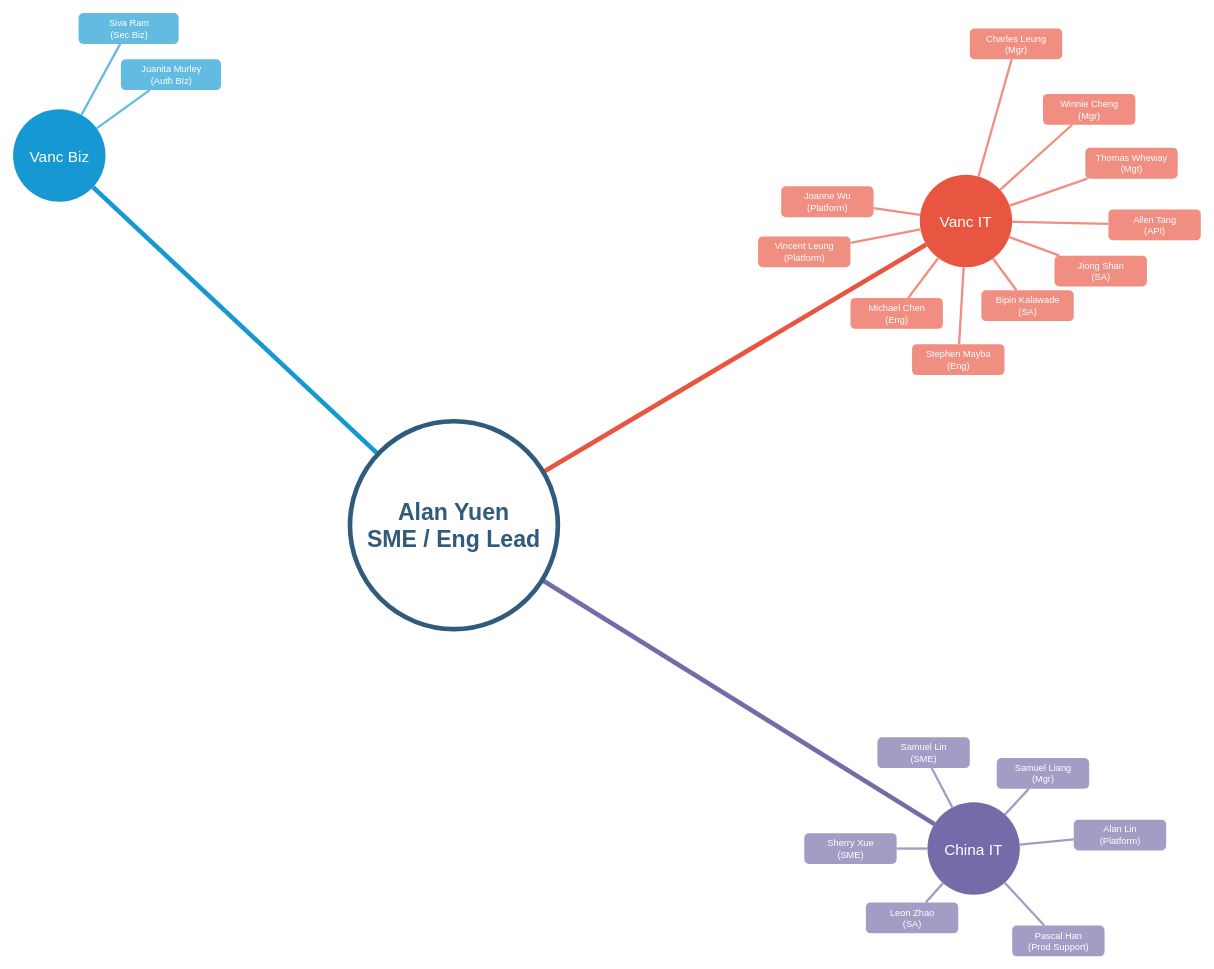
Before: Untitled Diagram.drawio in alanyuen-dev/moonbank, a draw.io diagram. Source tidied: cells renumbered, new cells numbered last; positions are measured from the earlier drawing's top-left corner, leaving out a move shared by most shapes. Both pictures are drawn from the tidied source at 77%, with x=0, y=0 at pixel (13, 12).
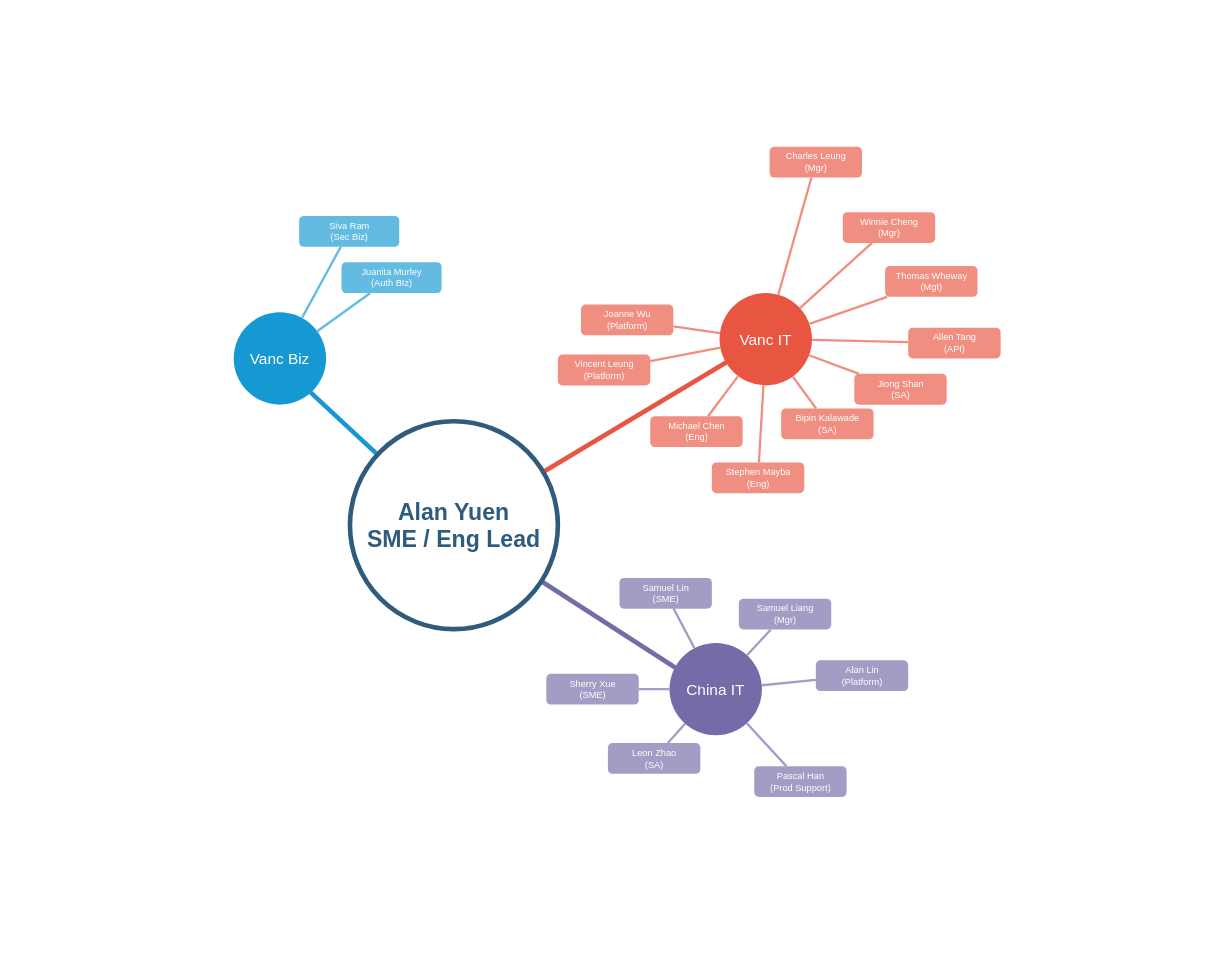
The same page after the edit.

Unchanged cells that the change refers to:
```xml
<mxCell id="44" value="Alan Yuen&lt;br&gt;SME / Eng Lead" style="ellipse;whiteSpace=wrap;html=1;shadow=0;fontFamily=Helvetica;fontSize=30;fontColor=#2F5B7C;align=center;strokeColor=#2F5B7C;strokeWidth=6;fillColor=#FFFFFF;fontStyle=1;gradientColor=none;" parent="1" vertex="1">
  <mxGeometry x="437" y="530.5" width="270" height="270" as="geometry" />
</mxCell>
```

Diff of the diagram source:
```diff
@@
     <mxCell id="2" value="Vanc Biz" style="ellipse;whiteSpace=wrap;html=1;shadow=0;fontFamily=Helvetica;fontSize=20;fontColor=#FFFFFF;align=center;strokeWidth=3;fillColor=#1699D3;strokeColor=none;" parent="1" vertex="1">
-      <mxGeometry x="-0.5" y="125.5" width="120" height="120" as="geometry" />
+      <mxGeometry x="286" y="389" width="120" height="120" as="geometry" />
     </mxCell>
     <mxCell id="3" value="Vanc IT" style="ellipse;whiteSpace=wrap;html=1;shadow=0;fontFamily=Helvetica;fontSize=20;fontColor=#FFFFFF;align=center;strokeWidth=3;fillColor=#E85642;strokeColor=none;" parent="1" vertex="1">
-      <mxGeometry x="1177" y="210.5" width="120" height="120" as="geometry" />
+      <mxGeometry x="917" y="364" width="120" height="120" as="geometry" />
     </mxCell>
     <mxCell id="4" value="China IT" style="ellipse;whiteSpace=wrap;html=1;shadow=0;fontFamily=Helvetica;fontSize=20;fontColor=#FFFFFF;align=center;strokeWidth=3;fillColor=#736ca8;strokeColor=none;" parent="1" vertex="1">
-      <mxGeometry x="1187" y="1025.5" width="120" height="120" as="geometry" />
+      <mxGeometry x="852" y="818.5" width="120" height="120" as="geometry" />
     </mxCell>
-    <mxCell id="5" style="endArrow=none;strokeWidth=6;strokeColor=#1699D3;html=1;" parent="1" edge="1" source="44" target="2">
-      <mxGeometry relative="1" as="geometry" />
+    <mxCell id="5" style="endArrow=none;strokeWidth=6;strokeColor=#1699D3;html=1;" parent="1" edge="1" source="44">
+      <mxGeometry relative="1" as="geometry">
+        <mxPoint x="376" y="484" as="targetPoint" />
+      </mxGeometry>
     </mxCell>
-    <mxCell id="6" style="endArrow=none;strokeWidth=6;strokeColor=#E85642;html=1;" parent="1" edge="1" source="44" target="3">
-      <mxGeometry relative="1" as="geometry" />
+    <mxCell id="6" style="endArrow=none;strokeWidth=6;strokeColor=#E85642;html=1;" parent="1" edge="1" source="44">
+      <mxGeometry relative="1" as="geometry">
+        <mxPoint x="926" y="454" as="targetPoint" />
+      </mxGeometry>
     </mxCell>
-    <mxCell id="7" style="endArrow=none;strokeWidth=6;strokeColor=#736ca8;html=1;" parent="1" edge="1" source="44" target="4">
-      <mxGeometry relative="1" as="geometry" />
+    <mxCell id="7" style="endArrow=none;strokeWidth=6;strokeColor=#736ca8;html=1;" parent="1" edge="1" source="44">
+      <mxGeometry relative="1" as="geometry">
+        <mxPoint x="896" y="874" as="targetPoint" />
+      </mxGeometry>
     </mxCell>
     <mxCell id="8" value="Siva Ram&lt;br&gt;(Sec Biz)" style="rounded=1;fillColor=#64BBE2;strokeColor=none;strokeWidth=3;shadow=0;html=1;fontColor=#FFFFFF;" parent="1" vertex="1">
-      <mxGeometry x="84.5" y="0.5" width="130" height="40" as="geometry" />
+      <mxGeometry x="371" y="264" width="130" height="40" as="geometry" />
     </mxCell>
     <mxCell id="9" value="Juanita Murley&lt;br&gt;(Auth BIz)" style="rounded=1;fillColor=#64BBE2;strokeColor=none;strokeWidth=3;shadow=0;html=1;fontColor=#FFFFFF;" parent="1" vertex="1">
-      <mxGeometry x="139.5" y="60.5" width="130" height="40" as="geometry" />
+      <mxGeometry x="426" y="324" width="130" height="40" as="geometry" />
     </mxCell>
     <mxCell id="10" style="edgeStyle=none;endArrow=none;strokeWidth=3;strokeColor=#64BBE2;html=1;" parent="1" edge="1" source="2" target="8">
-      <mxGeometry x="-221.5" y="56.5" as="geometry" />
+      <mxGeometry x="65" y="320" as="geometry" />
     </mxCell>
     <mxCell id="11" style="edgeStyle=none;endArrow=none;strokeWidth=3;strokeColor=#64BBE2;html=1;" parent="1" edge="1" source="2" target="9">
-      <mxGeometry x="-221.5" y="56.5" as="geometry" />
+      <mxGeometry x="65" y="320" as="geometry" />
     </mxCell>
     <mxCell id="12" value="Michael Chen&lt;br&gt;(Eng)" style="rounded=1;fillColor=#f08e81;strokeColor=none;strokeWidth=3;shadow=0;html=1;fontColor=#FFFFFF;" parent="1" vertex="1">
-      <mxGeometry x="1087" y="370.5" width="120" height="40" as="geometry" />
+      <mxGeometry x="827" y="524" width="120" height="40" as="geometry" />
     </mxCell>
     <mxCell id="13" value="Allen Tang&lt;br&gt;(API)" style="rounded=1;fillColor=#f08e81;strokeColor=none;strokeWidth=3;shadow=0;html=1;fontColor=#FFFFFF;" parent="1" vertex="1">
-      <mxGeometry x="1422" y="255.5" width="120" height="40" as="geometry" />
+      <mxGeometry x="1162" y="409" width="120" height="40" as="geometry" />
     </mxCell>
     <mxCell id="14" value="Vincent Leung&lt;br&gt;(Platform)" style="rounded=1;fillColor=#f08e81;strokeColor=none;strokeWidth=3;shadow=0;html=1;fontColor=#FFFFFF;" parent="1" vertex="1">
-      <mxGeometry x="967" y="290.5" width="120" height="40" as="geometry" />
+      <mxGeometry x="707" y="444" width="120" height="40" as="geometry" />
     </mxCell>
     <mxCell id="15" value="Joanne Wu&lt;br&gt;(Platform)" style="rounded=1;fillColor=#f08e81;strokeColor=none;strokeWidth=3;shadow=0;html=1;fontColor=#FFFFFF;" parent="1" vertex="1">
-      <mxGeometry x="997" y="225.5" width="120" height="40" as="geometry" />
+      <mxGeometry x="737" y="379" width="120" height="40" as="geometry" />
     </mxCell>
     <mxCell id="16" value="Charles Leung&lt;br&gt;(Mgr)" style="rounded=1;fillColor=#f08e81;strokeColor=none;strokeWidth=3;shadow=0;html=1;fontColor=#FFFFFF;" parent="1" vertex="1">
-      <mxGeometry x="1242" y="20.5" width="120" height="40" as="geometry" />
+      <mxGeometry x="982" y="174" width="120" height="40" as="geometry" />
     </mxCell>
     <mxCell id="17" value="Winnie Cheng&lt;br&gt;(Mgr)" style="rounded=1;fillColor=#f08e81;strokeColor=none;strokeWidth=3;shadow=0;html=1;fontColor=#FFFFFF;" parent="1" vertex="1">
-      <mxGeometry x="1337" y="105.5" width="120" height="40" as="geometry" />
+      <mxGeometry x="1077" y="259" width="120" height="40" as="geometry" />
     </mxCell>
     <mxCell id="18" value="Thomas Wheway&lt;br&gt;(Mgt)" style="rounded=1;fillColor=#f08e81;strokeColor=none;strokeWidth=3;shadow=0;html=1;fontColor=#FFFFFF;" parent="1" vertex="1">
-      <mxGeometry x="1392" y="175.5" width="120" height="40" as="geometry" />
+      <mxGeometry x="1132" y="329" width="120" height="40" as="geometry" />
     </mxCell>
     <mxCell id="19" value="Stephen Mayba&lt;br&gt;(Eng)" style="rounded=1;fillColor=#f08e81;strokeColor=none;strokeWidth=3;shadow=0;html=1;fontColor=#FFFFFF;" parent="1" vertex="1">
-      <mxGeometry x="1167" y="430.5" width="120" height="40" as="geometry" />
+      <mxGeometry x="907" y="584" width="120" height="40" as="geometry" />
     </mxCell>
     <mxCell id="20" value="Bipin Kalawade&lt;br&gt;(SA)" style="rounded=1;fillColor=#f08e81;strokeColor=none;strokeWidth=3;shadow=0;html=1;fontColor=#FFFFFF;" parent="1" vertex="1">
-      <mxGeometry x="1257" y="360.5" width="120" height="40" as="geometry" />
+      <mxGeometry x="997" y="514" width="120" height="40" as="geometry" />
     </mxCell>
     <mxCell id="21" value="Jiong Shan&lt;br&gt;(SA)" style="rounded=1;fillColor=#f08e81;strokeColor=none;strokeWidth=3;shadow=0;html=1;fontColor=#FFFFFF;" parent="1" vertex="1">
-      <mxGeometry x="1352" y="315.5" width="120" height="40" as="geometry" />
+      <mxGeometry x="1092" y="469" width="120" height="40" as="geometry" />
     </mxCell>
     <mxCell id="22" style="edgeStyle=none;endArrow=none;strokeWidth=3;strokeColor=#F08E81;html=1;" parent="1" edge="1" source="3" target="12">
-      <mxGeometry x="31" y="106.5" as="geometry" />
+      <mxGeometry x="-229" y="260" as="geometry" />
     </mxCell>
     <mxCell id="23" style="edgeStyle=none;endArrow=none;strokeWidth=3;strokeColor=#F08E81;html=1;" parent="1" edge="1" source="3" target="14">
-      <mxGeometry x="31" y="106.5" as="geometry" />
+      <mxGeometry x="-229" y="260" as="geometry" />
     </mxCell>
     <mxCell id="24" style="edgeStyle=none;endArrow=none;strokeWidth=3;strokeColor=#F08E81;html=1;" parent="1" edge="1" source="3" target="15">
-      <mxGeometry x="31" y="106.5" as="geometry" />
+      <mxGeometry x="-229" y="260" as="geometry" />
     </mxCell>
     <mxCell id="25" style="edgeStyle=none;endArrow=none;strokeWidth=3;strokeColor=#F08E81;html=1;" parent="1" edge="1" source="3" target="16">
-      <mxGeometry x="31" y="106.5" as="geometry" />
+      <mxGeometry x="-229" y="260" as="geometry" />
     </mxCell>
     <mxCell id="26" style="edgeStyle=none;endArrow=none;strokeWidth=3;strokeColor=#F08E81;html=1;" parent="1" edge="1" source="3" target="17">
-      <mxGeometry x="31" y="106.5" as="geometry" />
+      <mxGeometry x="-229" y="260" as="geometry" />
     </mxCell>
     <mxCell id="27" style="edgeStyle=none;endArrow=none;strokeWidth=3;strokeColor=#F08E81;html=1;" parent="1" edge="1" source="3" target="18">
-      <mxGeometry x="31" y="106.5" as="geometry" />
+      <mxGeometry x="-229" y="260" as="geometry" />
     </mxCell>
     <mxCell id="28" style="edgeStyle=none;endArrow=none;strokeWidth=3;strokeColor=#F08E81;html=1;" parent="1" edge="1" source="3" target="13">
-      <mxGeometry x="31" y="106.5" as="geometry" />
+      <mxGeometry x="-229" y="260" as="geometry" />
     </mxCell>
     <mxCell id="29" style="edgeStyle=none;endArrow=none;strokeWidth=3;strokeColor=#F08E81;html=1;" parent="1" edge="1" source="3" target="21">
-      <mxGeometry x="31" y="106.5" as="geometry" />
+      <mxGeometry x="-229" y="260" as="geometry" />
     </mxCell>
     <mxCell id="30" style="edgeStyle=none;endArrow=none;strokeWidth=3;strokeColor=#F08E81;html=1;" parent="1" edge="1" source="3" target="20">
-      <mxGeometry x="31" y="106.5" as="geometry" />
+      <mxGeometry x="-229" y="260" as="geometry" />
     </mxCell>
     <mxCell id="31" style="edgeStyle=none;endArrow=none;strokeWidth=3;strokeColor=#F08E81;html=1;" parent="1" edge="1" source="3" target="19">
-      <mxGeometry x="31" y="106.5" as="geometry" />
+      <mxGeometry x="-229" y="260" as="geometry" />
     </mxCell>
     <mxCell id="32" value="Samuel Lin&lt;br&gt;(SME)" style="rounded=1;fillColor=#a29dc5;strokeColor=none;strokeWidth=3;shadow=0;html=1;fontColor=#FFFFFF;" parent="1" vertex="1">
-      <mxGeometry x="1122" y="941" width="120" height="40" as="geometry" />
+      <mxGeometry x="787" y="734" width="120" height="40" as="geometry" />
     </mxCell>
     <mxCell id="33" value="Leon Zhao&lt;br&gt;(SA)" style="rounded=1;fillColor=#a29dc5;strokeColor=none;strokeWidth=3;shadow=0;html=1;fontColor=#FFFFFF;" parent="1" vertex="1">
-      <mxGeometry x="1107" y="1155.5" width="120" height="40" as="geometry" />
+      <mxGeometry x="772" y="948.5" width="120" height="40" as="geometry" />
     </mxCell>
     <mxCell id="34" value="Samuel Liang&lt;br&gt;(Mgr)" style="rounded=1;fillColor=#a29dc5;strokeColor=none;strokeWidth=3;shadow=0;html=1;fontColor=#FFFFFF;" parent="1" vertex="1">
-      <mxGeometry x="1277" y="968" width="120" height="40" as="geometry" />
+      <mxGeometry x="942" y="761" width="120" height="40" as="geometry" />
     </mxCell>
     <mxCell id="35" value="Alan Lin&lt;br&gt;(Platform)" style="rounded=1;fillColor=#a29dc5;strokeColor=none;strokeWidth=3;shadow=0;html=1;fontColor=#FFFFFF;" parent="1" vertex="1">
-      <mxGeometry x="1377" y="1048" width="120" height="40" as="geometry" />
+      <mxGeometry x="1042" y="841" width="120" height="40" as="geometry" />
     </mxCell>
     <mxCell id="36" value="Pascal Han&lt;br&gt;(Prod Support)" style="rounded=1;fillColor=#a29dc5;strokeColor=none;strokeWidth=3;shadow=0;html=1;fontColor=#FFFFFF;" parent="1" vertex="1">
-      <mxGeometry x="1297" y="1185.5" width="120" height="40" as="geometry" />
+      <mxGeometry x="962" y="978.5" width="120" height="40" as="geometry" />
     </mxCell>
     <mxCell id="37" value="Sherry Xue&lt;br&gt;(SME)" style="rounded=1;fillColor=#a29dc5;strokeColor=none;strokeWidth=3;shadow=0;html=1;fontColor=#FFFFFF;" parent="1" vertex="1">
-      <mxGeometry x="1027" y="1065.5" width="120" height="40" as="geometry" />
+      <mxGeometry x="692" y="858.5" width="120" height="40" as="geometry" />
     </mxCell>
     <mxCell id="38" style="edgeStyle=none;endArrow=none;strokeWidth=3;strokeColor=#A29DC5;html=1;" parent="1" edge="1" source="4" target="35">
-      <mxGeometry x="251" y="-103.5" as="geometry" />
+      <mxGeometry x="-84" y="-310.5" as="geometry" />
     </mxCell>
     <mxCell id="39" style="edgeStyle=none;endArrow=none;strokeWidth=3;strokeColor=#A29DC5;html=1;" parent="1" edge="1" source="4" target="36">
-      <mxGeometry x="251" y="-103.5" as="geometry" />
+      <mxGeometry x="-84" y="-310.5" as="geometry" />
     </mxCell>
     <mxCell id="40" style="edgeStyle=none;endArrow=none;strokeWidth=3;strokeColor=#A29DC5;html=1;" parent="1" edge="1" source="4" target="33">
-      <mxGeometry x="251" y="-103.5" as="geometry" />
+      <mxGeometry x="-84" y="-310.5" as="geometry" />
     </mxCell>
     <mxCell id="41" style="edgeStyle=none;endArrow=none;strokeWidth=3;strokeColor=#A29DC5;html=1;" parent="1" edge="1" source="4" target="37">
-      <mxGeometry x="251" y="-103.5" as="geometry" />
+      <mxGeometry x="-84" y="-310.5" as="geometry" />
     </mxCell>
     <mxCell id="42" style="edgeStyle=none;endArrow=none;strokeWidth=3;strokeColor=#A29DC5;html=1;" parent="1" edge="1" source="4" target="32">
-      <mxGeometry x="251" y="-103.5" as="geometry" />
+      <mxGeometry x="-84" y="-310.5" as="geometry" />
     </mxCell>
@@
     <mxCell id="45" style="edgeStyle=none;endArrow=none;strokeWidth=3;strokeColor=#A29DC5;html=1;" parent="1" edge="1" source="4" target="34">
-      <mxGeometry x="-1174" y="-408.5" as="geometry" />
+      <mxGeometry x="-1509" y="-615.5" as="geometry" />
     </mxCell>
```
